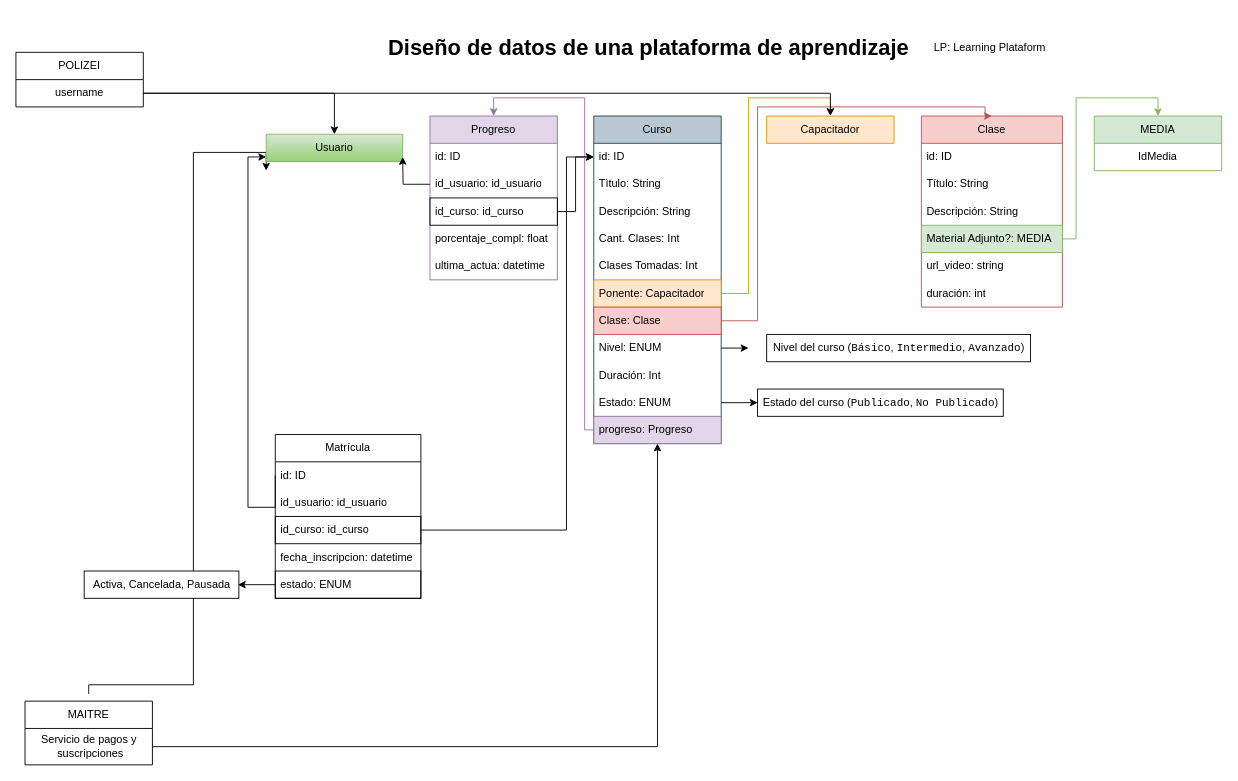
Earlier version of the draw.io diagram Diagrama sin título.drawio (dacaza3812/3). Source tidied: cells renumbered, new cells numbered last; positions are measured from the earlier drawing's top-left corner, leaving out a move shared by most shapes. Both pictures are drawn from the tidied source at 91%, with x=0, y=0 at pixel (15, 15).
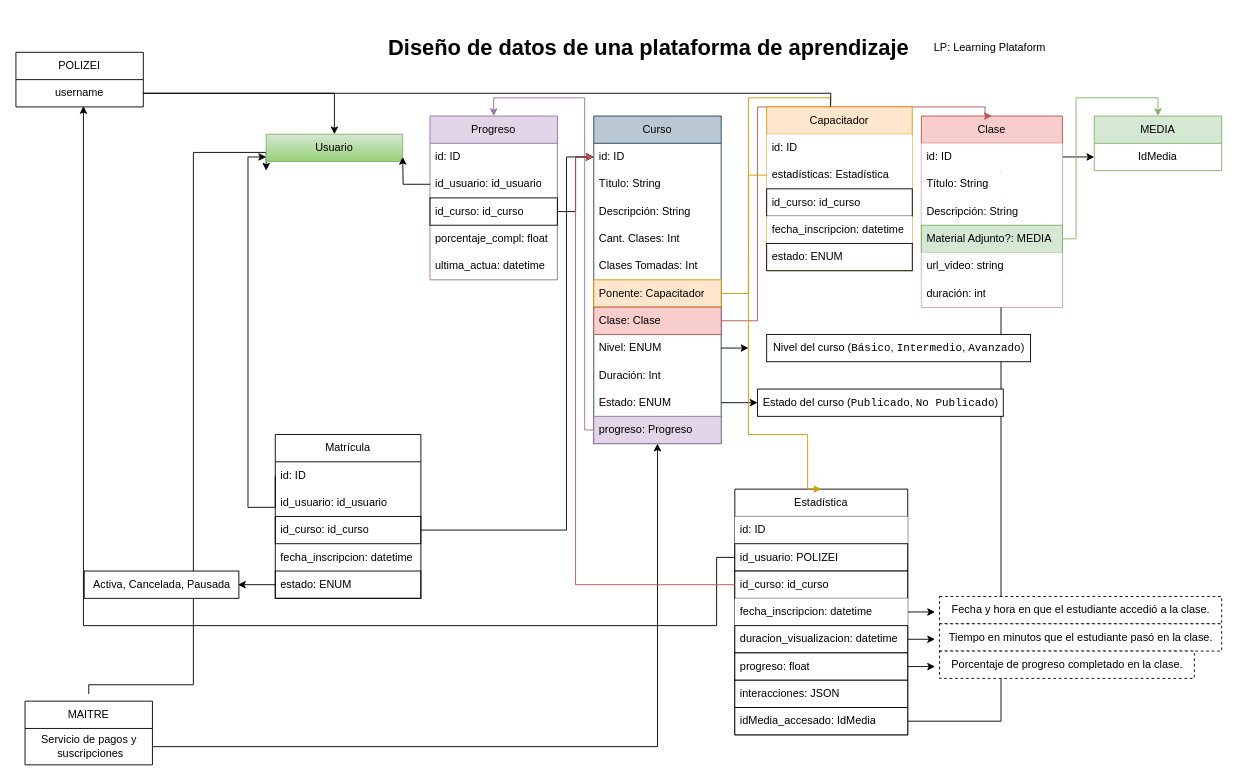
Above is the later version.

Unchanged cells that the change refers to:
```xml
<mxCell id="4" value="id: ID" style="text;strokeColor=none;fillColor=none;align=left;verticalAlign=middle;spacingLeft=4;spacingRight=4;overflow=hidden;points=[[0,0.5],[1,0.5]];portConstraint=eastwest;whiteSpace=wrap;html=1;" parent="3" vertex="1">
  <mxGeometry y="30" width="140" height="30" as="geometry" />
</mxCell>
<mxCell id="9" value="Ponente: Capacitador" style="text;strokeColor=#d79b00;fillColor=#ffe6cc;align=left;verticalAlign=middle;spacingLeft=4;spacingRight=4;overflow=hidden;points=[[0,0.5],[1,0.5]];portConstraint=eastwest;whiteSpace=wrap;html=1;" parent="3" vertex="1">
  <mxGeometry y="180" width="140" height="30" as="geometry" />
</mxCell>
<mxCell id="17" value="Clase" style="swimlane;fontStyle=0;horizontal=1;startSize=30;whiteSpace=wrap;html=1;fillColor=#f8cecc;strokeColor=#b85450;" parent="1" vertex="1">
  <mxGeometry x="995" y="110" width="155" height="210" as="geometry" />
</mxCell>
<mxCell id="28" value="IdMedia" style="text;strokeColor=none;fillColor=none;align=center;verticalAlign=middle;spacingLeft=4;spacingRight=4;overflow=hidden;points=[[0,0.5],[1,0.5]];portConstraint=eastwest;whiteSpace=wrap;html=1;" parent="27" vertex="1">
  <mxGeometry y="30" width="140" height="30" as="geometry" />
</mxCell>
<mxCell id="54" value="username" style="text;strokeColor=none;fillColor=none;align=center;verticalAlign=middle;spacingLeft=4;spacingRight=4;overflow=hidden;points=[[0,0.5],[1,0.5]];portConstraint=eastwest;whiteSpace=wrap;html=1;" parent="53" vertex="1">
  <mxGeometry y="30" width="140" height="30" as="geometry" />
</mxCell>
```

What changed in the source:
```diff
@@
+    <mxCell id="61" style="edgeStyle=orthogonalEdgeStyle;rounded=0;jettySize=auto;html=1;exitX=1;exitY=0.5;exitDx=0;exitDy=0;" parent="1" edge="1" source="74" target="28">
+      <mxGeometry relative="1" as="geometry" />
+    </mxCell>
+    <mxCell id="62" style="edgeStyle=orthogonalEdgeStyle;rounded=0;jettySize=auto;html=1;exitX=0;exitY=0.5;exitDx=0;exitDy=0;entryX=0.53;entryY=0.969;entryDx=0;entryDy=0;entryPerimeter=0;" parent="1" edge="1" source="66" target="54">
+      <mxGeometry relative="1" as="geometry">
+        <Array as="points">
+          <mxPoint x="770" y="595" />
+          <mxPoint x="770" y="670" />
+          <mxPoint x="74" y="670" />
+        </Array>
+      </mxGeometry>
+    </mxCell>
@@
-    <mxCell id="16" value="Capacitador" style="swimlane;fontStyle=0;horizontal=1;startSize=30;whiteSpace=wrap;html=1;fillColor=#ffe6cc;strokeColor=#d79b00;" parent="1" vertex="1">
-      <mxGeometry x="825" y="110" width="140" height="30" as="geometry" />
-    </mxCell>
@@
-    <mxCell id="18" value="id: ID" style="text;strokeColor=none;fillColor=none;align=left;verticalAlign=middle;spacingLeft=4;spacingRight=4;overflow=hidden;whiteSpace=wrap;html=1;" parent="17" vertex="1">
+    <mxCell id="18" value="id: ID" style="text;strokeColor=none;fillColor=default;align=left;verticalAlign=middle;spacingLeft=4;spacingRight=4;overflow=hidden;whiteSpace=wrap;html=1;" parent="17" vertex="1">
       <mxGeometry y="30" width="155" height="30" as="geometry" />
     </mxCell>
-    <mxCell id="19" value="Título: String" style="text;strokeColor=none;fillColor=none;align=left;verticalAlign=middle;spacingLeft=4;spacingRight=4;overflow=hidden;whiteSpace=wrap;html=1;" parent="17" vertex="1">
+    <mxCell id="19" value="Título: String" style="text;strokeColor=none;fillColor=default;align=left;verticalAlign=middle;spacingLeft=4;spacingRight=4;overflow=hidden;whiteSpace=wrap;html=1;" parent="17" vertex="1">
       <mxGeometry y="60" width="155" height="30" as="geometry" />
     </mxCell>
-    <mxCell id="20" value="Descripción: String" style="text;strokeColor=none;fillColor=none;align=left;verticalAlign=middle;spacingLeft=4;spacingRight=4;overflow=hidden;whiteSpace=wrap;html=1;" parent="17" vertex="1">
+    <mxCell id="20" value="Descripción: String" style="text;strokeColor=none;fillColor=default;align=left;verticalAlign=middle;spacingLeft=4;spacingRight=4;overflow=hidden;whiteSpace=wrap;html=1;" parent="17" vertex="1">
       <mxGeometry y="90" width="155" height="30" as="geometry" />
     </mxCell>
@@
-    <mxCell id="22" value="url_video: string" style="text;align=left;verticalAlign=middle;spacingLeft=4;spacingRight=4;overflow=hidden;whiteSpace=wrap;html=1;" parent="17" vertex="1">
+    <mxCell id="22" value="url_video: string" style="text;align=left;verticalAlign=middle;spacingLeft=4;spacingRight=4;overflow=hidden;whiteSpace=wrap;html=1;fillColor=default;" parent="17" vertex="1">
       <mxGeometry y="150" width="155" height="30" as="geometry" />
     </mxCell>
-    <mxCell id="23" value="duración: int" style="text;align=left;verticalAlign=middle;spacingLeft=4;spacingRight=4;overflow=hidden;whiteSpace=wrap;html=1;" parent="17" vertex="1">
+    <mxCell id="23" value="duración: int" style="text;align=left;verticalAlign=middle;spacingLeft=4;spacingRight=4;overflow=hidden;whiteSpace=wrap;html=1;fillColor=default;" parent="17" vertex="1">
       <mxGeometry y="180" width="155" height="30" as="geometry" />
     </mxCell>
-    <mxCell id="24" style="edgeStyle=orthogonalEdgeStyle;rounded=0;jettySize=auto;html=1;exitX=1;exitY=0.5;exitDx=0;exitDy=0;entryX=0.5;entryY=0;entryDx=0;entryDy=0;fillColor=#ffe6cc;strokeColor=#d79b00;" parent="1" edge="1" source="9" target="16">
+    <mxCell id="24" style="edgeStyle=orthogonalEdgeStyle;rounded=0;jettySize=auto;html=1;exitX=1;exitY=0.5;exitDx=0;exitDy=0;entryX=0.5;entryY=0;entryDx=0;entryDy=0;fillColor=#ffe6cc;strokeColor=#d79b00;" parent="1" edge="1" source="9">
       <mxGeometry relative="1" as="geometry">
+        <mxPoint x="895" y="110" as="targetPoint" />
         <Array as="points">
           <mxPoint x="805" y="305" />
           <mxPoint x="805" y="90" />
           <mxPoint x="895" y="90" />
         </Array>
       </mxGeometry>
     </mxCell>
@@
-    <mxCell id="57" style="edgeStyle=orthogonalEdgeStyle;rounded=0;jettySize=auto;html=1;exitX=1;exitY=0.5;exitDx=0;exitDy=0;entryX=0.5;entryY=0;entryDx=0;entryDy=0;" parent="1" edge="1" source="54" target="16">
-      <mxGeometry relative="1" as="geometry" />
+    <mxCell id="57" style="edgeStyle=orthogonalEdgeStyle;rounded=0;jettySize=auto;html=1;exitX=1;exitY=0.5;exitDx=0;exitDy=0;entryX=0.5;entryY=0;entryDx=0;entryDy=0;" parent="1" edge="1" source="54">
+      <mxGeometry relative="1" as="geometry">
+        <mxPoint x="895" y="110" as="targetPoint" />
+      </mxGeometry>
     </mxCell>
@@
+    <mxCell id="63" style="edgeStyle=orthogonalEdgeStyle;rounded=0;jettySize=auto;html=1;exitX=1;exitY=0.5;exitDx=0;exitDy=0;" parent="1" edge="1" source="64">
+      <mxGeometry relative="1" as="geometry">
+        <mxPoint x="1010" y="655.5" as="targetPoint" />
+      </mxGeometry>
+    </mxCell>
+    <mxCell id="64" value="Estadística" style="swimlane;fontStyle=0;horizontal=1;startSize=30;whiteSpace=wrap;html=1;align=center;fillColor=default;" parent="1" vertex="1">
+      <mxGeometry x="790" y="520" width="190" height="270" as="geometry" />
+    </mxCell>
+    <mxCell id="65" value="id: ID" style="text;strokeColor=none;fillColor=default;align=left;verticalAlign=middle;spacingLeft=4;spacingRight=4;overflow=hidden;whiteSpace=wrap;html=1;" parent="64" vertex="1">
+      <mxGeometry y="30" width="190" height="30" as="geometry" />
+    </mxCell>
+    <mxCell id="66" value="id_usuario: POLIZEI" style="text;strokeColor=default;fillColor=default;align=left;verticalAlign=middle;spacingLeft=4;spacingRight=4;overflow=hidden;points=[[0,0.5],[1,0.5]];portConstraint=eastwest;whiteSpace=wrap;html=1;" parent="64" vertex="1">
+      <mxGeometry y="60" width="190" height="30" as="geometry" />
+    </mxCell>
+    <mxCell id="67" value="id_curso: id_curso" style="text;strokeColor=default;fillColor=default;align=left;verticalAlign=middle;spacingLeft=4;spacingRight=4;overflow=hidden;points=[[0,0.5],[1,0.5]];portConstraint=eastwest;whiteSpace=wrap;html=1;" parent="64" vertex="1">
+      <mxGeometry y="90" width="190" height="30" as="geometry" />
+    </mxCell>
+    <mxCell id="68" value="fecha_inscripcion: datetime" style="text;strokeColor=none;fillColor=default;align=left;verticalAlign=middle;spacingLeft=4;spacingRight=4;overflow=hidden;whiteSpace=wrap;html=1;" parent="64" vertex="1">
+      <mxGeometry y="120" width="190" height="30" as="geometry" />
+    </mxCell>
+    <mxCell id="69" style="edgeStyle=orthogonalEdgeStyle;rounded=0;jettySize=auto;html=1;exitX=1;exitY=0.5;exitDx=0;exitDy=0;" parent="64" edge="1" source="70">
+      <mxGeometry relative="1" as="geometry">
+        <mxPoint x="220" y="164.9" as="targetPoint" />
+      </mxGeometry>
+    </mxCell>
+    <mxCell id="70" value="duracion_visualizacion: datetime" style="text;strokeColor=default;fillColor=default;align=left;verticalAlign=middle;spacingLeft=4;spacingRight=4;overflow=hidden;points=[[0,0.5],[1,0.5]];portConstraint=eastwest;whiteSpace=wrap;html=1;" parent="64" vertex="1">
+      <mxGeometry y="150" width="190" height="30" as="geometry" />
+    </mxCell>
+    <mxCell id="71" style="edgeStyle=orthogonalEdgeStyle;rounded=0;jettySize=auto;html=1;exitX=1;exitY=0.5;exitDx=0;exitDy=0;" parent="64" edge="1" source="72">
+      <mxGeometry relative="1" as="geometry">
+        <mxPoint x="220" y="195.5" as="targetPoint" />
+      </mxGeometry>
+    </mxCell>
+    <mxCell id="72" value="progreso: float" style="text;strokeColor=default;fillColor=default;align=left;verticalAlign=middle;spacingLeft=4;spacingRight=4;overflow=hidden;points=[[0,0.5],[1,0.5]];portConstraint=eastwest;whiteSpace=wrap;html=1;" parent="64" vertex="1">
+      <mxGeometry y="180" width="190" height="30" as="geometry" />
+    </mxCell>
+    <mxCell id="73" value="interacciones: JSON" style="text;strokeColor=default;fillColor=default;align=left;verticalAlign=middle;spacingLeft=4;spacingRight=4;overflow=hidden;whiteSpace=wrap;html=1;" parent="64" vertex="1">
+      <mxGeometry y="210" width="190" height="30" as="geometry" />
+    </mxCell>
+    <mxCell id="74" value="idMedia_accesado: IdMedia" style="text;strokeColor=default;fillColor=default;align=left;verticalAlign=middle;spacingLeft=4;spacingRight=4;overflow=hidden;points=[[0,0.5],[1,0.5]];portConstraint=eastwest;whiteSpace=wrap;html=1;" parent="64" vertex="1">
+      <mxGeometry y="240" width="190" height="30" as="geometry" />
+    </mxCell>
+    <mxCell id="16" value="Capacitador" style="swimlane;fontStyle=0;horizontal=1;startSize=30;whiteSpace=wrap;html=1;fillColor=#ffe6cc;strokeColor=#d79b00;" parent="1" vertex="1">
+      <mxGeometry x="825" y="100" width="160" height="180" as="geometry" />
+    </mxCell>
+    <mxCell id="75" value="id: ID" style="text;strokeColor=none;fillColor=default;align=left;verticalAlign=middle;spacingLeft=4;spacingRight=4;overflow=hidden;whiteSpace=wrap;html=1;" parent="16" vertex="1">
+      <mxGeometry y="30" width="160" height="30" as="geometry" />
+    </mxCell>
+    <mxCell id="76" value="estadísticas: Estadística" style="text;strokeColor=none;fillColor=default;align=left;verticalAlign=middle;spacingLeft=4;spacingRight=4;overflow=hidden;points=[[0,0.5],[1,0.5]];portConstraint=eastwest;whiteSpace=wrap;html=1;" parent="16" vertex="1">
+      <mxGeometry y="60" width="160" height="30" as="geometry" />
+    </mxCell>
+    <mxCell id="77" value="id_curso: id_curso" style="text;strokeColor=default;fillColor=default;align=left;verticalAlign=middle;spacingLeft=4;spacingRight=4;overflow=hidden;whiteSpace=wrap;html=1;" parent="16" vertex="1">
+      <mxGeometry y="90" width="160" height="30" as="geometry" />
+    </mxCell>
+    <mxCell id="78" value="fecha_inscripcion: datetime" style="text;strokeColor=none;fillColor=default;align=left;verticalAlign=middle;spacingLeft=4;spacingRight=4;overflow=hidden;whiteSpace=wrap;html=1;" parent="16" vertex="1">
+      <mxGeometry y="120" width="160" height="30" as="geometry" />
+    </mxCell>
+    <mxCell id="79" value="estado: ENUM" style="text;strokeColor=default;fillColor=default;align=left;verticalAlign=middle;spacingLeft=4;spacingRight=4;overflow=hidden;whiteSpace=wrap;html=1;" parent="16" vertex="1">
+      <mxGeometry y="150" width="160" height="30" as="geometry" />
+    </mxCell>
+    <mxCell id="80" style="edgeStyle=orthogonalEdgeStyle;rounded=0;jettySize=auto;html=1;exitX=0;exitY=0.5;exitDx=0;exitDy=0;entryX=0.5;entryY=0;entryDx=0;entryDy=0;fillColor=#ffe6cc;strokeColor=#d79b00;" parent="1" edge="1" source="76" target="64">
+      <mxGeometry relative="1" as="geometry">
+        <Array as="points">
+          <mxPoint x="805" y="175" />
+          <mxPoint x="805" y="460" />
+          <mxPoint x="870" y="460" />
+        </Array>
+      </mxGeometry>
+    </mxCell>
+    <mxCell id="81" style="edgeStyle=orthogonalEdgeStyle;rounded=0;jettySize=auto;html=1;exitX=0;exitY=0.5;exitDx=0;exitDy=0;entryX=0;entryY=0.5;entryDx=0;entryDy=0;fillColor=#f8cecc;strokeColor=#b85450;" parent="1" edge="1" source="67" target="4">
+      <mxGeometry relative="1" as="geometry" />
+    </mxCell>
+    <mxCell id="82" value="Fecha y hora en que el estudiante accedió a la clase." style="text;html=1;align=center;verticalAlign=middle;strokeColor=default;fillColor=default;dashed=1;" parent="1" vertex="1">
+      <mxGeometry x="1015" y="638" width="310" height="30" as="geometry" />
+    </mxCell>
+    <mxCell id="83" value="Tiempo en minutos que el estudiante pasó en la clase." style="text;html=1;align=center;verticalAlign=middle;strokeColor=default;fillColor=default;dashed=1;" parent="1" vertex="1">
+      <mxGeometry x="1015" y="668" width="310" height="30" as="geometry" />
+    </mxCell>
+    <mxCell id="84" value="Porcentaje de progreso completado en la clase." style="text;html=1;align=center;verticalAlign=middle;strokeColor=default;fillColor=default;dashed=1;" parent="1" vertex="1">
+      <mxGeometry x="1015" y="698" width="280" height="30" as="geometry" />
+    </mxCell>
```
